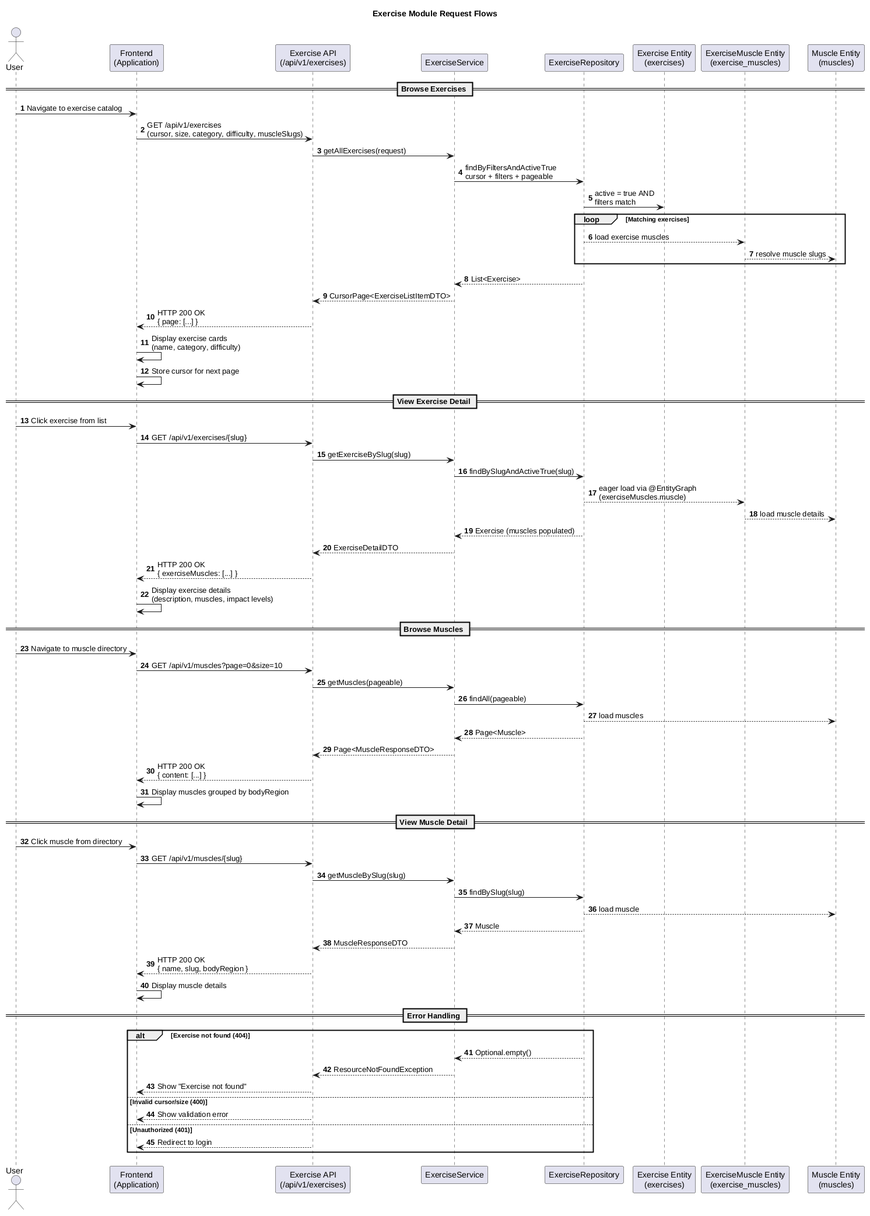
genesshoan/fitness-tracker-api keeps this PlantUML diagram as docs/exercise/exercise-sequence.png. Above is the earlier version.
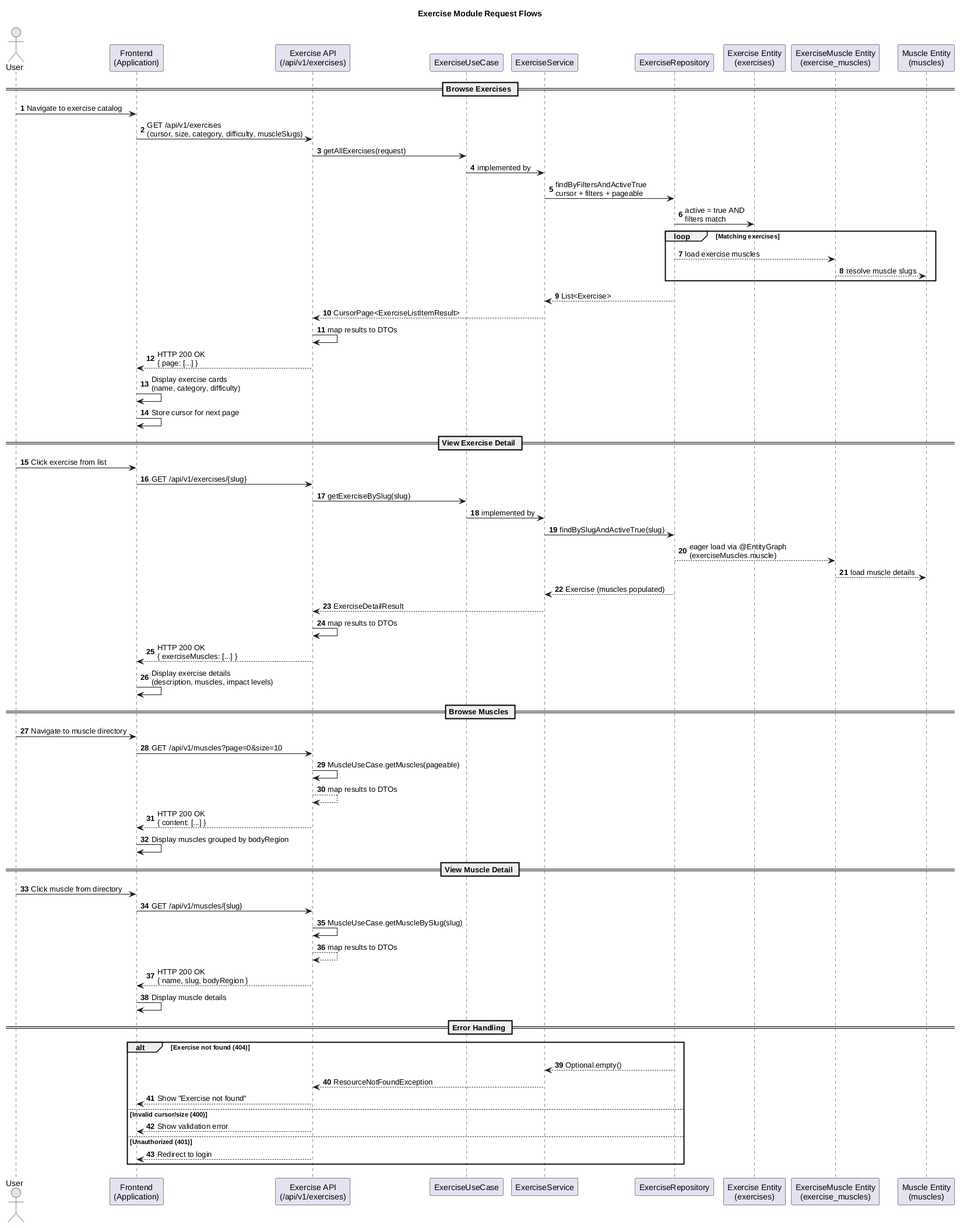
Above is the later version.

Commit message:
docs: regenerate exercise module diagrams from updated sources

Diff of the diagram source:
```diff
@@ -6,6 +6,7 @@
 actor User
 participant "Frontend\n(Application)" as FE
 participant "Exercise API\n(/api/v1/exercises)" as API
+participant "ExerciseUseCase" as EUC
 participant "ExerciseService" as ES
 participant "ExerciseRepository" as ER
 participant "Exercise Entity\n(exercises)" as EX
@@ -15,7 +16,8 @@
 == Browse Exercises ==
 User -> FE : Navigate to exercise catalog
 FE -> API : GET /api/v1/exercises\n(cursor, size, category, difficulty, muscleSlugs)
-API -> ES : getAllExercises(request)
+API -> EUC : getAllExercises(request)
+EUC -> ES : implemented by
 ES -> ER : findByFiltersAndActiveTrue\ncursor + filters + pageable
 ER -> EX : active = true AND\nfilters match
 loop Matching exercises
@@ -23,7 +25,8 @@
     EXM --> MUS : resolve muscle slugs
 end
 ER --> ES : List<Exercise>
-ES --> API : CursorPage<ExerciseListItemDTO>
+ES --> API : CursorPage<ExerciseListItemResult>
+API -> API : map results to DTOs
 API --> FE : HTTP 200 OK\n{ page: [...] }
 FE -> FE : Display exercise cards\n(name, category, difficulty)
 FE -> FE : Store cursor for next page
@@ -31,34 +34,30 @@
 == View Exercise Detail ==
 User -> FE : Click exercise from list
 FE -> API : GET /api/v1/exercises/{slug}
-API -> ES : getExerciseBySlug(slug)
+API -> EUC : getExerciseBySlug(slug)
+EUC -> ES : implemented by
 ES -> ER : findBySlugAndActiveTrue(slug)
 ER --> EXM : eager load via @EntityGraph\n(exerciseMuscles.muscle)
 EXM --> MUS : load muscle details
 ER --> ES : Exercise (muscles populated)
-ES --> API : ExerciseDetailDTO
+ES --> API : ExerciseDetailResult
+API -> API : map results to DTOs
 API --> FE : HTTP 200 OK\n{ exerciseMuscles: [...] }
 FE -> FE : Display exercise details\n(description, muscles, impact levels)
 
 == Browse Muscles ==
 User -> FE : Navigate to muscle directory
 FE -> API : GET /api/v1/muscles?page=0&size=10
-API -> ES : getMuscles(pageable)
-ES -> ER : findAll(pageable)
-ER --> MUS : load muscles
-ER --> ES : Page<Muscle>
-ES --> API : Page<MuscleResponseDTO>
+API -> API : MuscleUseCase.getMuscles(pageable)
+API --> API : map results to DTOs
 API --> FE : HTTP 200 OK\n{ content: [...] }
 FE -> FE : Display muscles grouped by bodyRegion
 
 == View Muscle Detail ==
 User -> FE : Click muscle from directory
 FE -> API : GET /api/v1/muscles/{slug}
-API -> ES : getMuscleBySlug(slug)
-ES -> ER : findBySlug(slug)
-ER --> MUS : load muscle
-ER --> ES : Muscle
-ES --> API : MuscleResponseDTO
+API -> API : MuscleUseCase.getMuscleBySlug(slug)
+API --> API : map results to DTOs
 API --> FE : HTTP 200 OK\n{ name, slug, bodyRegion }
 FE -> FE : Display muscle details
 
```
